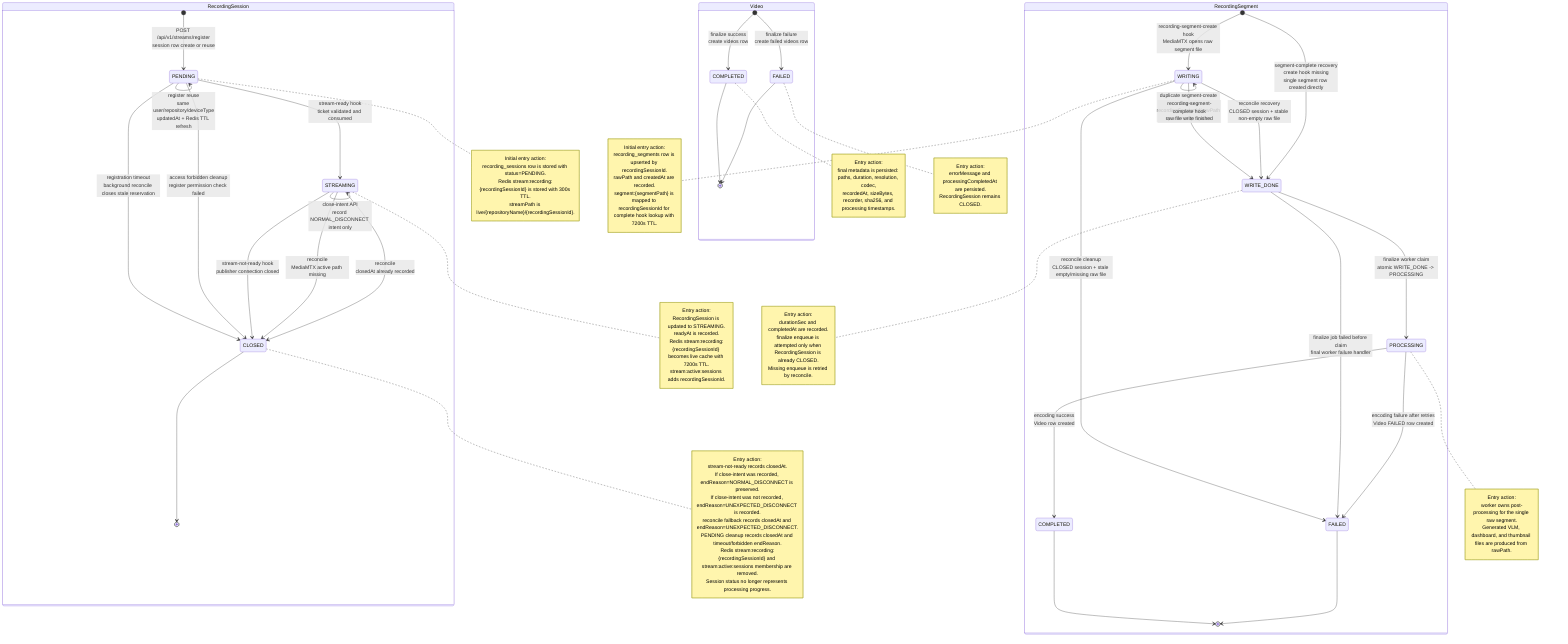
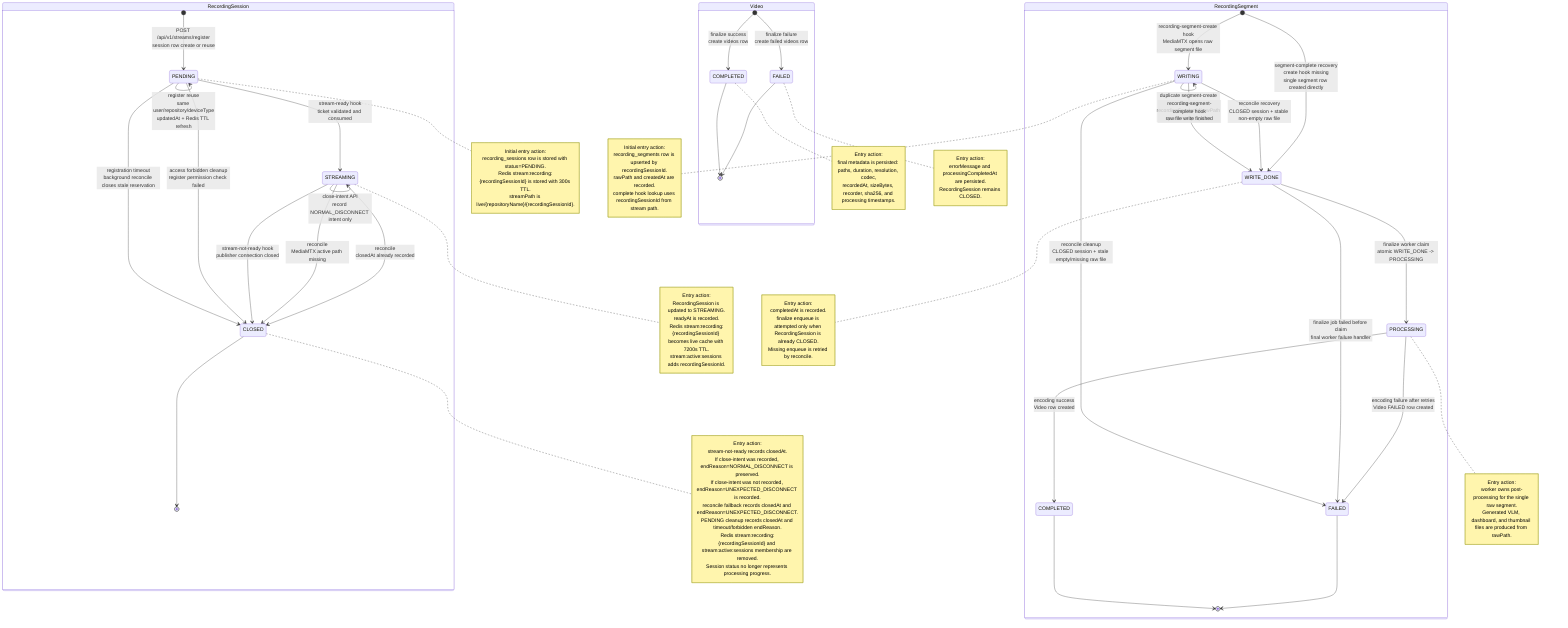
stateDiagram-v2
  state "RecordingSession" as RecordingSession {
    [*] --> RS_PENDING: POST /api/v1/streams/register<br/>session row create or reuse

    state "PENDING" as RS_PENDING
    state "STREAMING" as RS_STREAMING
    state "CLOSED" as RS_CLOSED

    note right of RS_PENDING
      Initial entry action:
      recording_sessions row is stored with status=PENDING.
      Redis stream:recording:{recordingSessionId} is stored with 300s TTL.
      streamPath is live/{repositoryName}/{recordingSessionId}.
    end note

    RS_PENDING --> RS_PENDING: register reuse<br/>same user/repository/deviceType<br/>updatedAt + Redis TTL refresh
    RS_PENDING --> RS_STREAMING: stream-ready hook<br/>ticket validated and consumed
    RS_PENDING --> RS_CLOSED: registration timeout<br/>background reconcile closes stale reservation
    RS_PENDING --> RS_CLOSED: access forbidden cleanup<br/>register permission check failed

    note right of RS_STREAMING
      Entry action:
      RecordingSession is updated to STREAMING.
      readyAt is recorded.
      Redis stream:recording:{recordingSessionId} becomes live cache with 7200s TTL.
      stream:active:sessions adds recordingSessionId.
    end note

    RS_STREAMING --> RS_STREAMING: close-intent API<br/>record NORMAL_DISCONNECT intent only
    RS_STREAMING --> RS_CLOSED: stream-not-ready hook<br/>publisher connection closed
    RS_STREAMING --> RS_CLOSED: reconcile<br/>MediaMTX active path missing
    RS_STREAMING --> RS_CLOSED: reconcile<br/>closedAt already recorded

    note right of RS_CLOSED
      Entry action:
      stream-not-ready records closedAt.
      If close-intent was recorded, endReason=NORMAL_DISCONNECT is preserved.
      If close-intent was not recorded, endReason=UNEXPECTED_DISCONNECT is recorded.
      reconcile fallback records closedAt and endReason=UNEXPECTED_DISCONNECT.
      PENDING cleanup records closedAt and timeout/forbidden endReason.
      Redis stream:recording:{recordingSessionId} and stream:active:sessions membership are removed.
      Session status no longer represents processing progress.
    end note

    RS_CLOSED --> [*]
  }

  state "RecordingSegment" as RecordingSegment {
    [*] --> SEG_WRITING: recording-segment-create hook<br/>MediaMTX opens raw segment file

    state "WRITING" as SEG_WRITING
    state "WRITE_DONE" as SEG_WRITE_DONE
    state "PROCESSING" as SEG_PROCESSING
    state "COMPLETED" as SEG_COMPLETED
    state "FAILED" as SEG_FAILED

    note right of SEG_WRITING
      Initial entry action:
      recording_segments row is upserted by recordingSessionId.
      rawPath and createdAt are recorded.
-       segment:{segmentPath} is mapped to recordingSessionId for complete hook lookup with 7200s TTL.
+       complete hook lookup uses recordingSessionId from stream path.
    end note

    SEG_WRITING --> SEG_WRITING: duplicate segment-create<br/>same recordingSessionId/rawPath<br/>upsert no-op update
    SEG_WRITING --> SEG_WRITE_DONE: recording-segment-complete hook<br/>raw file write finished
    SEG_WRITING --> SEG_WRITE_DONE: reconcile recovery<br/>CLOSED session + stable non-empty raw file
    SEG_WRITING --> SEG_FAILED: reconcile cleanup<br/>CLOSED session + stale empty/missing raw file
    [*] --> SEG_WRITE_DONE: segment-complete recovery<br/>create hook missing<br/>single segment row created directly
    SEG_WRITE_DONE --> SEG_PROCESSING: finalize worker claim<br/>atomic WRITE_DONE -> PROCESSING
    SEG_WRITE_DONE --> SEG_FAILED: finalize job failed before claim<br/>final worker failure handler
    SEG_PROCESSING --> SEG_COMPLETED: encoding success<br/>Video row created
    SEG_PROCESSING --> SEG_FAILED: encoding failure after retries<br/>Video FAILED row created

    note right of SEG_WRITE_DONE
      Entry action:
-       durationSec and completedAt are recorded.
+       completedAt is recorded.
      finalize enqueue is attempted only when RecordingSession is already CLOSED.
      Missing enqueue is retried by reconcile.
    end note

    note right of SEG_PROCESSING
      Entry action:
      worker owns post-processing for the single raw segment.
      Generated VLM, dashboard, and thumbnail files are produced from rawPath.
    end note

    SEG_COMPLETED --> [*]
    SEG_FAILED --> [*]
  }

  state "Video" as Video {
    [*] --> VIDEO_COMPLETED: finalize success<br/>create videos row
    [*] --> VIDEO_FAILED: finalize failure<br/>create failed videos row

    state "COMPLETED" as VIDEO_COMPLETED
    state "FAILED" as VIDEO_FAILED

    note right of VIDEO_COMPLETED
      Entry action:
      final metadata is persisted: paths, duration, resolution, codec,
      recordedAt, sizeBytes, recorder, sha256, and processing timestamps.
    end note

    note right of VIDEO_FAILED
      Entry action:
      errorMessage and processingCompletedAt are persisted.
      RecordingSession remains CLOSED.
    end note

    VIDEO_COMPLETED --> [*]
    VIDEO_FAILED --> [*]
  }

%% 참고:
%% RecordingSession.status는 streaming session 자체의 lifecycle만 표현한다.
%% 최초 PENDING 진입은 register API가 담당하고, STREAMING 진입은 stream-ready hook이 담당한다.
%% App 변경 필요:
%% App 종료 버튼은 legacy Stop API를 호출하지 않고
%% POST /api/v1/recordings/{recordingSessionId}/close-intent 를 먼저 호출한다.
%% body는 { "reason": "NORMAL_DISCONNECT" } 이며, 200 OK 이후 RTMP publisher socket을 정상 close한다.
%% close-intent는 RecordingSession.status를 바꾸지 않는 STREAMING self-loop이다.
%% publisher connection 종료는 stream-not-ready hook 또는 reconcile이 CLOSED로 반영한다.
%% MediaMTX stream-not-ready hook payload만으로 정상 close와 crash/reset을 완벽히 구분할 수는 없다.
%% recording session 하나는 RecordingSegment 하나만 가진다.
%% 최초 segment 진입은 segment-create hook의 WRITING row 생성이며, create hook이 누락된 경우 segment-complete가 WRITE_DONE row를 복구 생성할 수 있다.
%% segment-complete는 RecordingSession을 직접 닫지 않고 단일 RecordingSegment를 WRITE_DONE으로 확정한 뒤 enqueue를 시도한다.
%% RecordingSegment.status가 raw segment write와 후처리 상태를 표현한다.
%% Video row는 finalize가 성공하거나 최종 실패했을 때 생성된다.
